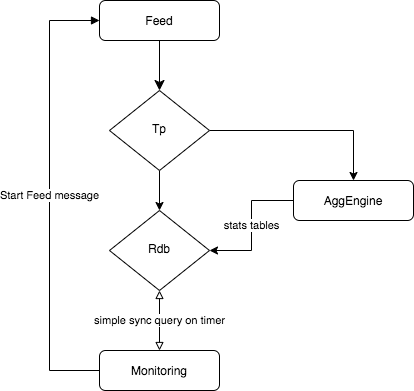
Earlier version of the draw.io export figs/stack.png (emc211/optane-kdb-report). Source tidied: cells renumbered, new cells last; positions are measured from the earlier drawing's top-left corner, leaving out a move shared by most shapes.
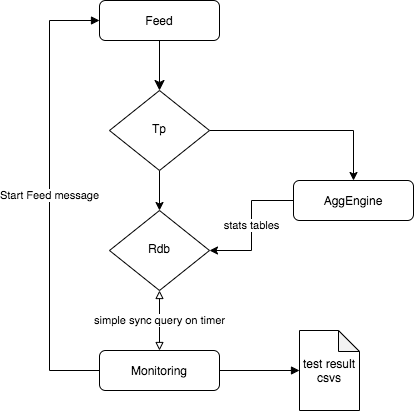
Above is the later version.

Diff of the diagram source:
```diff
@@ -37,8 +37,14 @@
         </Array>
       </mxGeometry>
     </mxCell>
+    <mxCell id="13" style="edgeStyle=orthogonalEdgeStyle;rounded=0;jettySize=auto;html=1;exitX=1;exitY=0.5;exitDx=0;exitDy=0;startArrow=none;startFill=0;endArrow=block;endFill=1;" parent="1" edge="1" source="12" target="14">
+      <mxGeometry relative="1" as="geometry" />
+    </mxCell>
     <mxCell id="12" value="Monitoring" style="rounded=1;whiteSpace=wrap;html=1;fontSize=12;glass=0;strokeWidth=1;shadow=0;" parent="1" vertex="1">
       <mxGeometry x="50" y="350" width="120" height="40" as="geometry" />
     </mxCell>
+    <mxCell id="14" value="test result csvs" style="shape=note;whiteSpace=wrap;html=1;backgroundOutline=1;darkOpacity=0.05;size=21;" parent="1" vertex="1">
+      <mxGeometry x="250" y="330" width="60" height="80" as="geometry" />
+    </mxCell>
   </root>
 </mxGraphModel>
```
